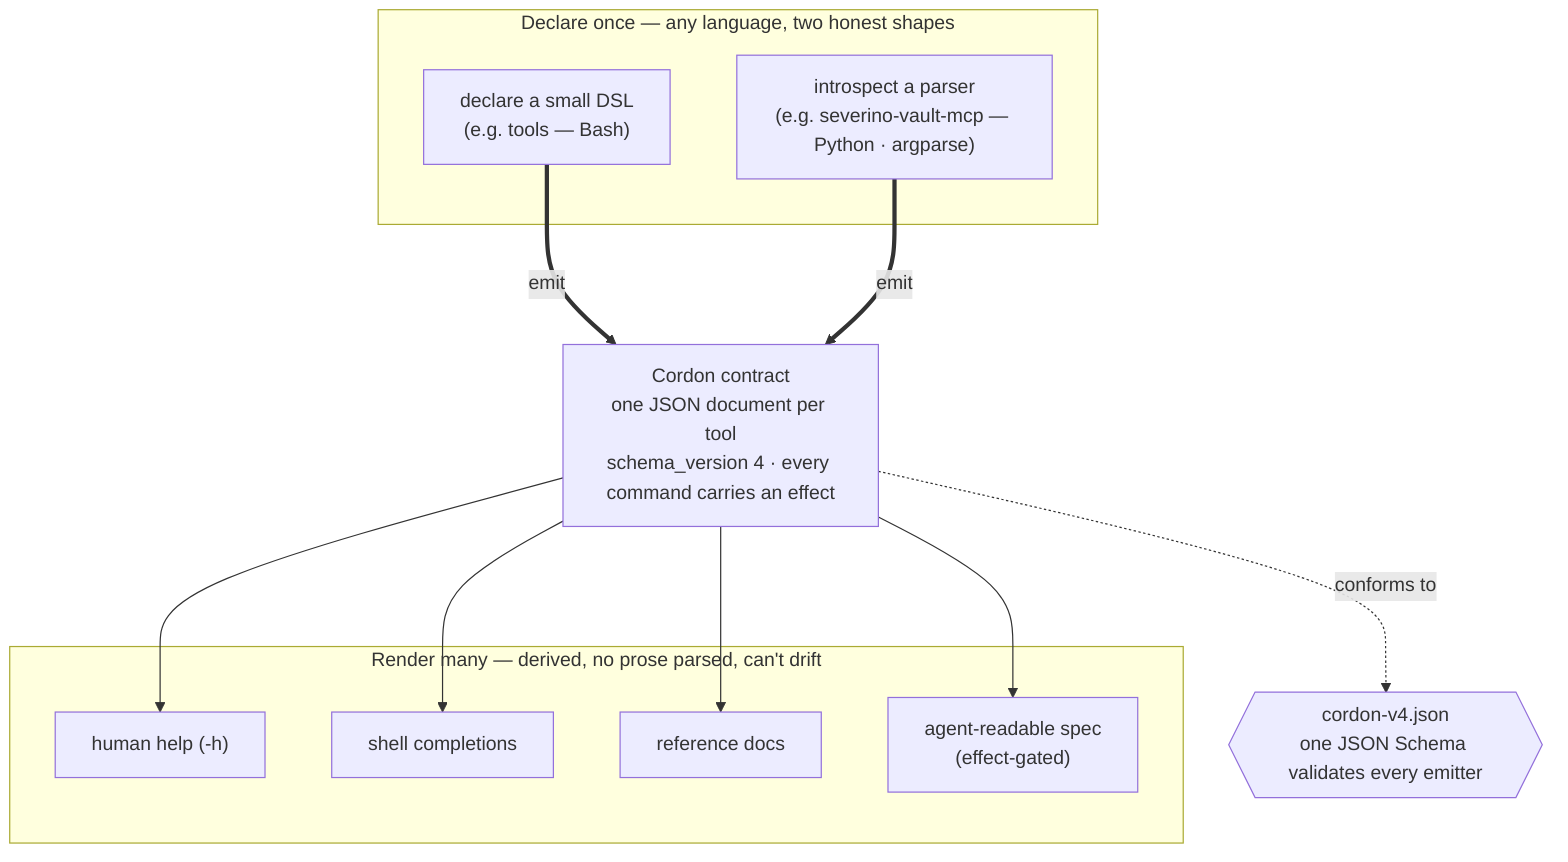
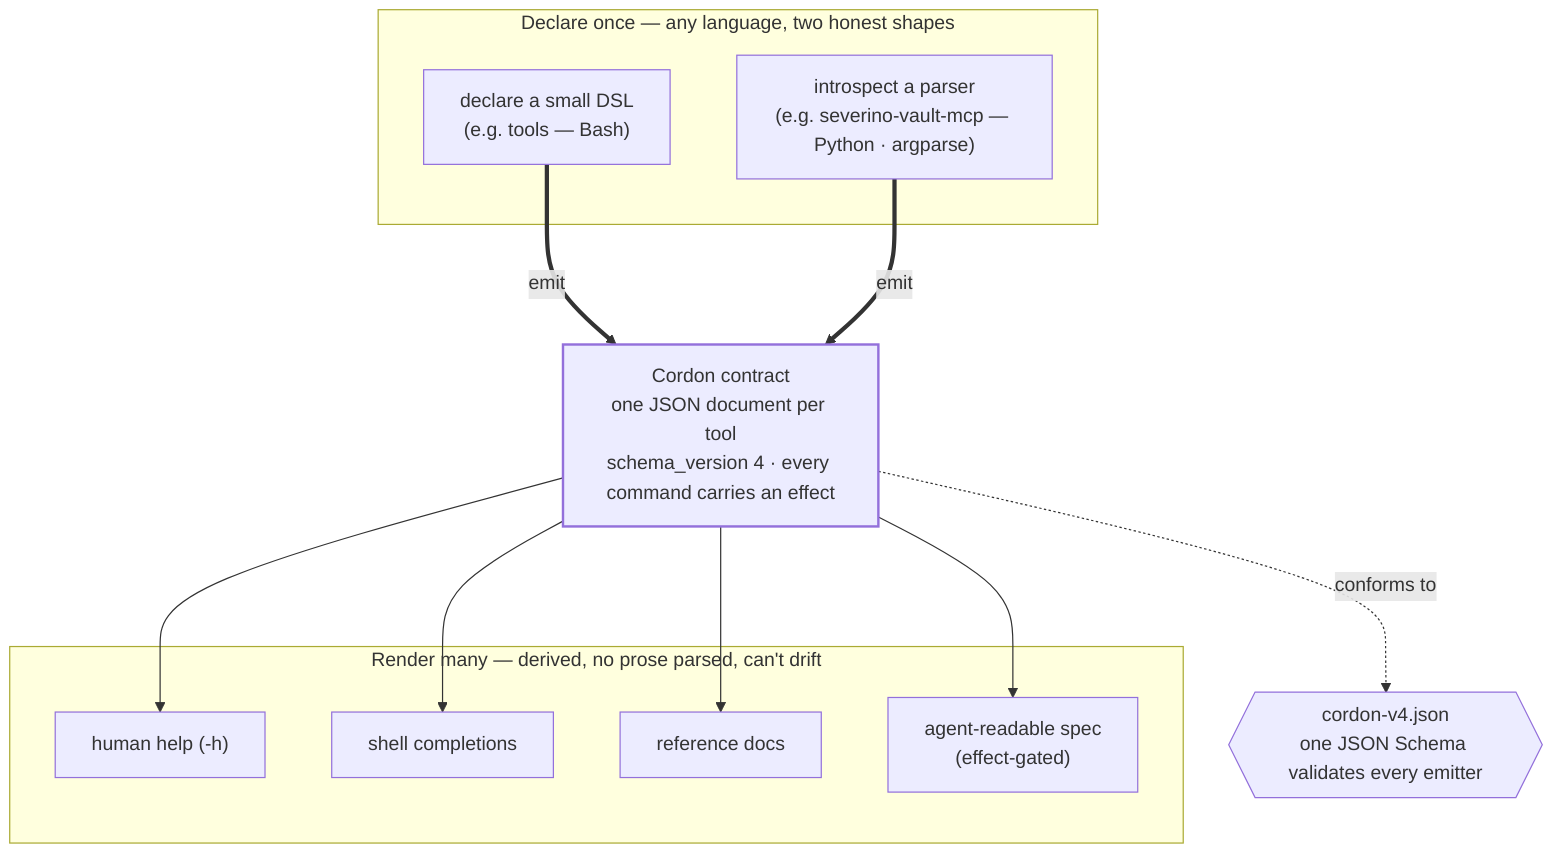
%%{init: {'flowchart': {'rankSpacing': 75, 'nodeSpacing': 55}}}%%
flowchart TB
    subgraph emit["Declare once — any language, two honest shapes"]
        dsl["declare a small DSL<br/>(e.g. tools — Bash)"]
        intro["introspect a parser<br/>(e.g. severino-vault-mcp — Python · argparse)"]
    end

    contract["Cordon contract<br/>one JSON document per tool<br/>schema_version 4 · every command carries an effect"]
    schema{{"cordon-v4.json<br/>one JSON Schema validates every emitter"}}

    dsl ==>|"emit"| contract
    intro ==>|"emit"| contract
    contract -.->|"conforms to"| schema

    subgraph render["Render many — derived, no prose parsed, can't drift"]
        help["human help (-h)"]
        comp["shell completions"]
        docs["reference docs"]
        agent["agent-readable spec<br/>(effect-gated)"]
    end
    contract --> help
    contract --> comp
    contract --> docs
    contract --> agent
+ 
+     %% the pivot every source converges on, then fans out from — styled by .anchor in the shared theme
+     classDef anchor stroke-width:2px;
+     class contract anchor;
